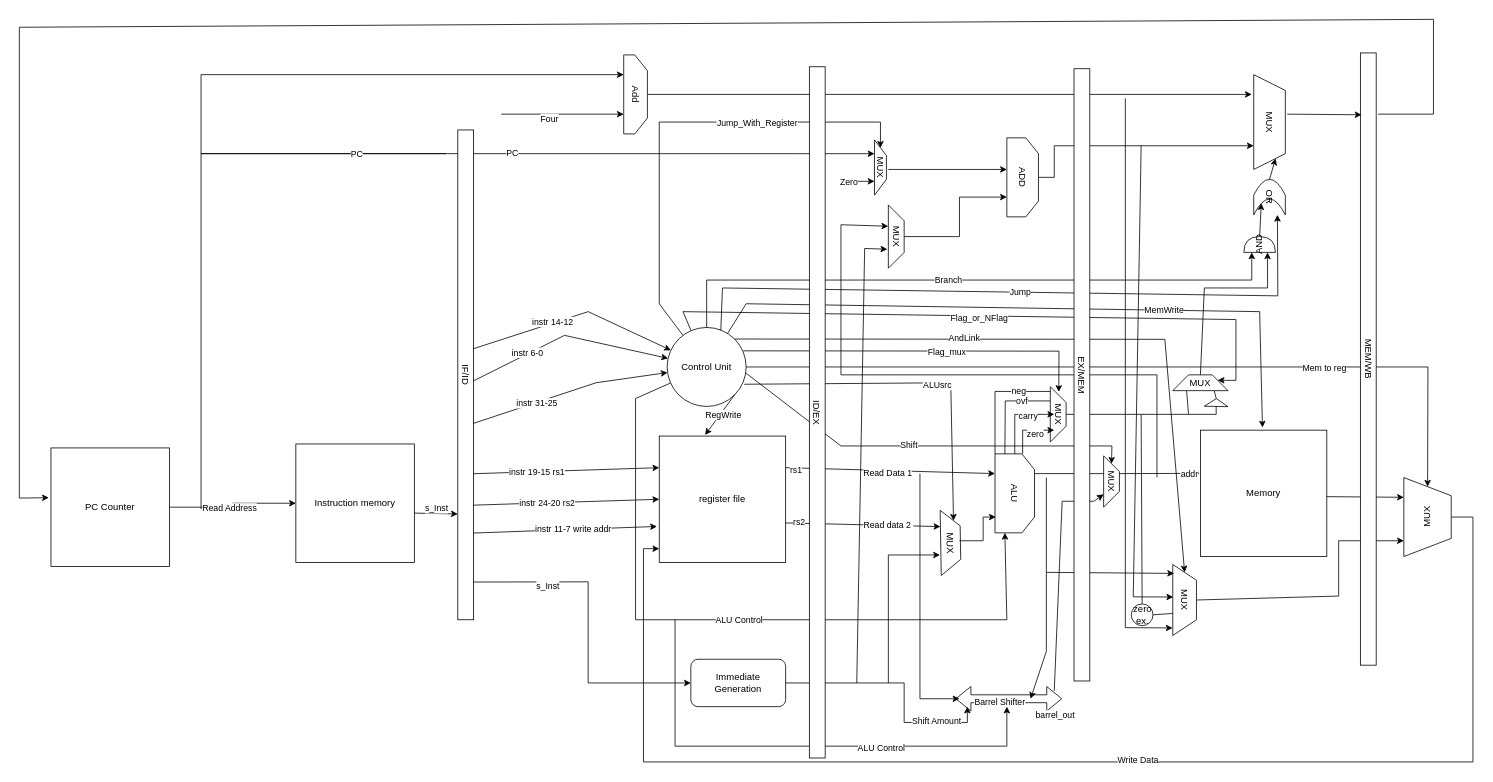
Swvanny/CPRE_3810_B3 keeps this draw.io diagram as Team Logistic Files/Single-Cycle PIPELINED.drawio. Above is the earlier version. Source tidied: cells renumbered, new cells numbered last; positions are measured from the earlier drawing's top-left corner, leaving out a move shared by most shapes. Both pictures are drawn from the tidied source at 79%, with x=0, y=0 at pixel (19, 19).
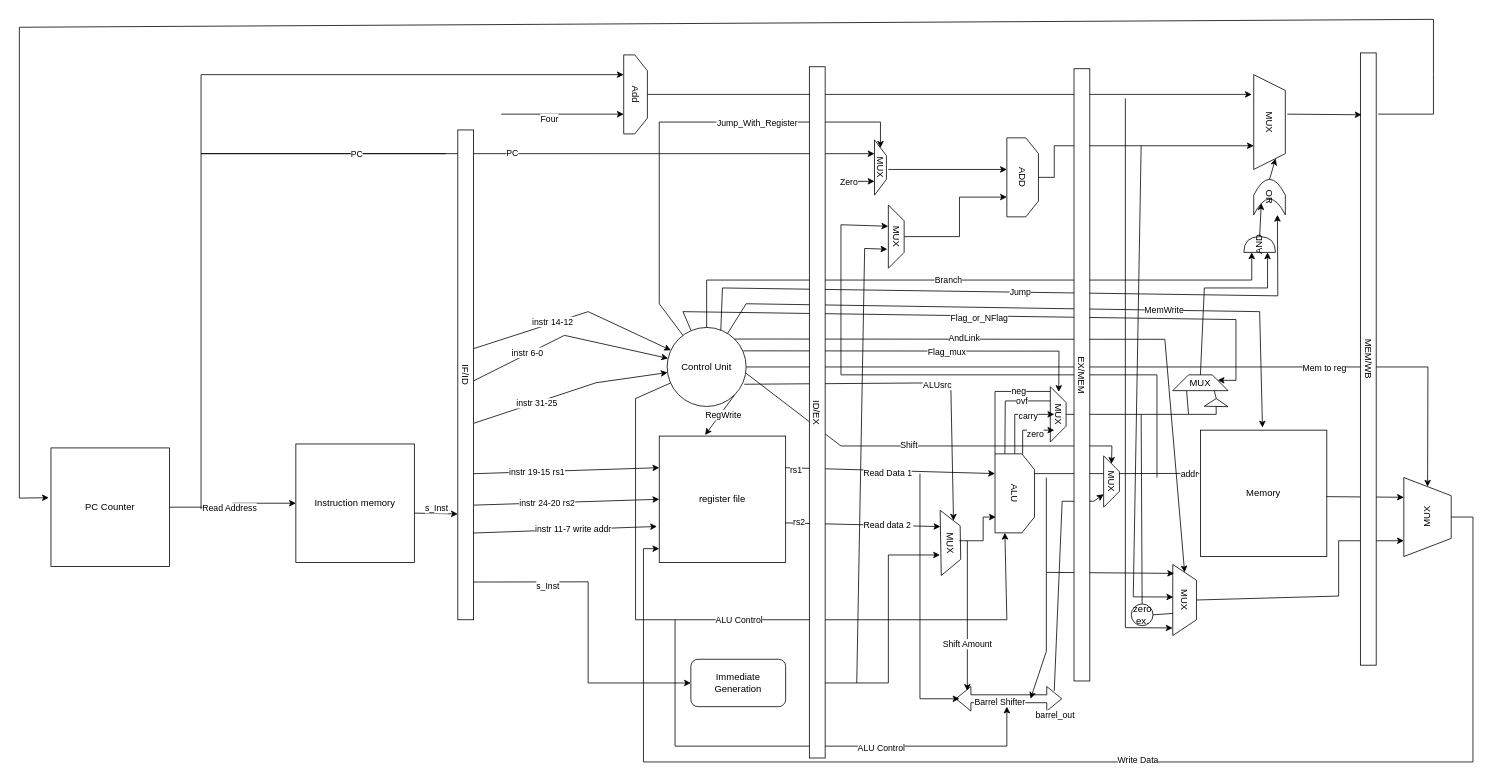
Above is the later version.

Unchanged cells that the change refers to:
```xml
<mxCell id="10" value="Immediate Generation" style="rounded=1;whiteSpace=wrap;html=1;" parent="1" vertex="1">
  <mxGeometry x="850" y="810" width="120" height="60" as="geometry" />
</mxCell>
```

Change to the diagram source:
```diff
@@
-    <mxCell id="108" style="endArrow=classic;html=1;rounded=0;exitX=1;exitY=0.5;exitDx=0;exitDy=0;" parent="1" edge="1" source="10">
-      <mxGeometry relative="1" as="geometry">
-        <mxPoint x="1200" y="870" as="targetPoint" />
-        <Array as="points">
-          <mxPoint x="1120" y="840" />
-          <mxPoint x="1120" y="890" />
-          <mxPoint x="1200" y="890" />
-        </Array>
-      </mxGeometry>
-    </mxCell>
-    <mxCell id="109" value="Shift Amount" style="edgeLabel;html=1;align=center;verticalAlign=middle;" parent="108" vertex="1">
-      <mxGeometry x="0.6" y="3" relative="1" as="geometry" />
-    </mxCell>
@@
+    <mxCell id="130" style="endArrow=none;html=1;rounded=0;" parent="1" edge="1">
+      <mxGeometry relative="1" as="geometry">
+        <mxPoint x="1020" y="840" as="sourcePoint" />
+        <mxPoint x="1100" y="840" as="targetPoint" />
+      </mxGeometry>
+    </mxCell>
+    <mxCell id="131" style="endArrow=classic;html=1;rounded=0;" parent="1" edge="1">
+      <mxGeometry relative="1" as="geometry">
+        <mxPoint x="1200" y="660" as="sourcePoint" />
+        <mxPoint x="1200" y="850" as="targetPoint" />
+      </mxGeometry>
+    </mxCell>
+    <mxCell id="109" value="Shift Amount" style="edgeLabel;html=1;align=center;verticalAlign=middle;" parent="131" vertex="1">
+      <mxGeometry x="0.37" relative="1" as="geometry">
+        <mxPoint x="-1" as="offset" />
+      </mxGeometry>
+    </mxCell>
```
